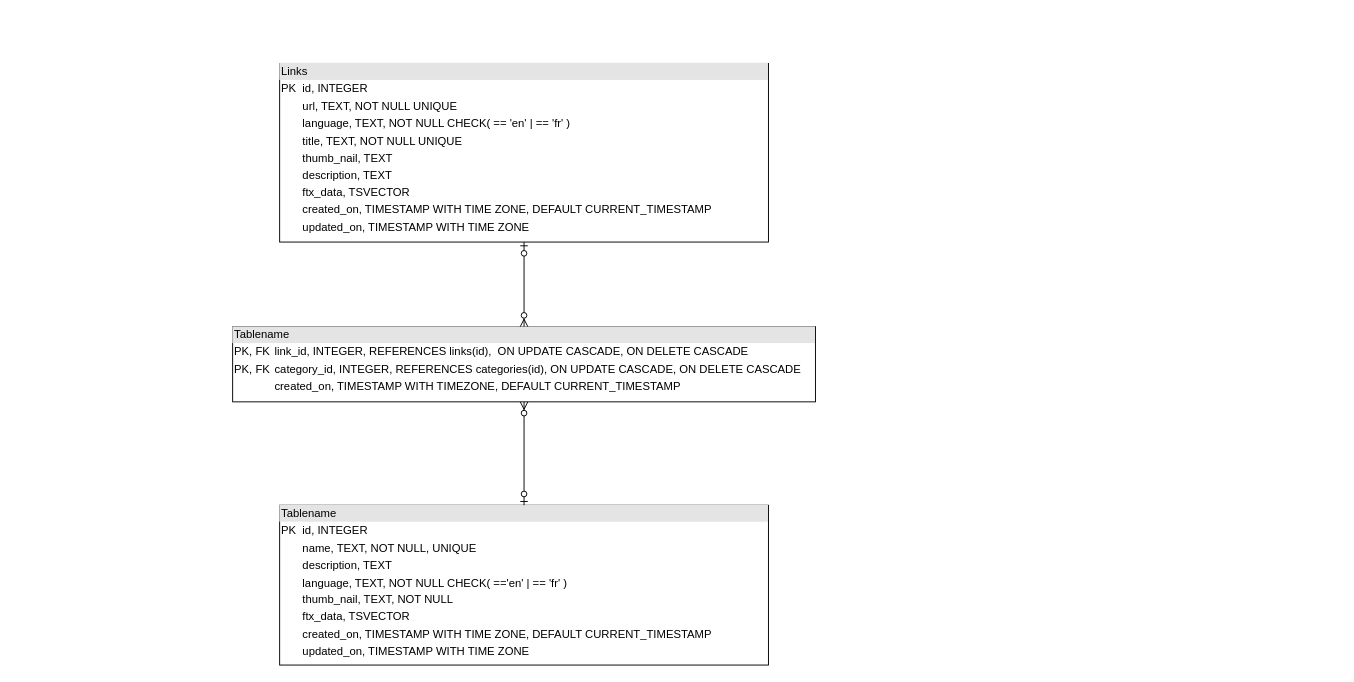
sara-sabr/ContinuousLearningApp keeps this draw.io diagram as src/api/src/database/continous_learning_app_db_schema.drawio. Above is the earlier version. Source tidied: cells renumbered, new cells numbered last; positions are measured from the earlier drawing's top-left corner, leaving out a move shared by most shapes. Both pictures are drawn from the tidied source at 94%, with x=0, y=0 at pixel (232, 63).
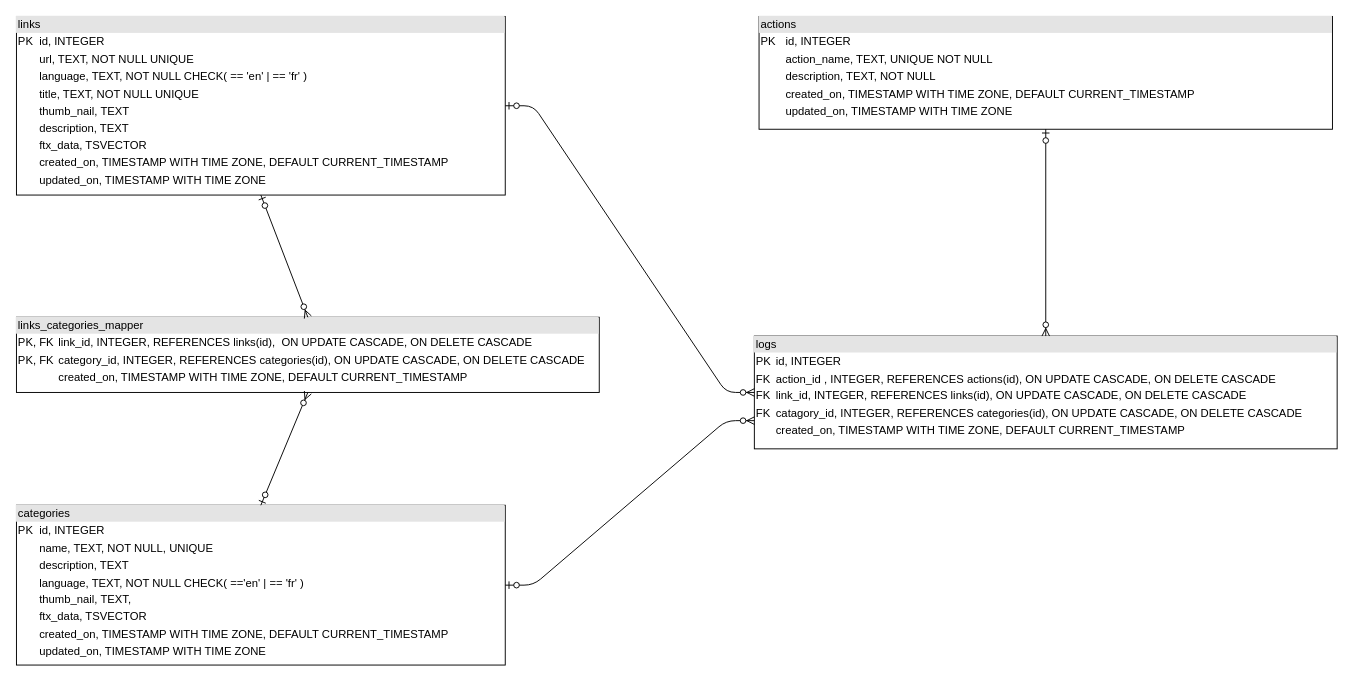
Above is the later version.

Commit message (it also covers changes not shown here):
updating db schema draw.io diagram

The edit, as a diff of the source:
```diff
@@
 <mxGraphModel background="#ffffff">
   <root>
     <mxCell id="0" />
     <mxCell id="1" parent="0" />
-    <mxCell id="2" value="&lt;div style=&quot;box-sizing: border-box ; width: 100% ; background: #e4e4e4 ; padding: 2px&quot;&gt;Links&lt;br&gt;&lt;/div&gt;&lt;table style=&quot;width: 100% ; font-size: 1em&quot; cellspacing=&quot;0&quot; cellpadding=&quot;2&quot;&gt;&lt;tbody&gt;&lt;tr&gt;&lt;td&gt;PK&lt;/td&gt;&lt;td&gt;id, INTEGER&lt;br&gt;&lt;/td&gt;&lt;/tr&gt;&lt;tr&gt;&lt;td&gt;&lt;br&gt;&lt;/td&gt;&lt;td&gt;url, TEXT, NOT NULL UNIQUE &lt;/td&gt;&lt;/tr&gt;&lt;tr&gt;&lt;td&gt;&lt;br&gt;&lt;/td&gt;&lt;td&gt;language, TEXT, NOT NULL CHECK( == 'en' | == 'fr' ) &lt;br&gt;&lt;/td&gt;&lt;/tr&gt;&lt;tr&gt;&lt;td&gt;&lt;br&gt;&lt;/td&gt;&lt;td&gt;title, TEXT, NOT NULL UNIQUE&lt;/td&gt;&lt;/tr&gt;&lt;tr&gt;&lt;td&gt;&lt;br&gt;&lt;/td&gt;&lt;td&gt;thumb_nail, TEXT&lt;/td&gt;&lt;/tr&gt;&lt;tr&gt;&lt;td&gt;&lt;br&gt;&lt;/td&gt;&lt;td&gt;description, TEXT&lt;/td&gt;&lt;/tr&gt;&lt;tr&gt;&lt;td&gt;&lt;br&gt;&lt;/td&gt;&lt;td&gt;ftx_data, TSVECTOR&lt;/td&gt;&lt;/tr&gt;&lt;tr&gt;&lt;td&gt;&lt;br&gt;&lt;/td&gt;&lt;td&gt;created_on, &lt;span class=&quot;crayon-h&quot;&gt;&lt;/span&gt;&lt;span class=&quot;crayon-r&quot;&gt;TIMESTAMP&lt;/span&gt;&lt;span class=&quot;crayon-h&quot;&gt; &lt;/span&gt;&lt;span class=&quot;crayon-r&quot;&gt;WITH&lt;/span&gt;&lt;span class=&quot;crayon-h&quot;&gt; &lt;/span&gt;&lt;span class=&quot;crayon-r&quot;&gt;TIME&lt;/span&gt;&lt;span class=&quot;crayon-h&quot;&gt; &lt;/span&gt;&lt;span class=&quot;crayon-r&quot;&gt;ZONE&lt;/span&gt;&lt;span class=&quot;crayon-h&quot;&gt;, &lt;/span&gt;&lt;span class=&quot;crayon-r&quot;&gt;DEFAULT&lt;/span&gt;&lt;span class=&quot;crayon-h&quot;&gt; &lt;/span&gt;&lt;span class=&quot;crayon-k&quot;&gt;CURRENT_TIMESTAMP&lt;/span&gt;&lt;/td&gt;&lt;/tr&gt;&lt;tr&gt;&lt;td&gt;&lt;br&gt;&lt;/td&gt;&lt;td&gt;&lt;span class=&quot;crayon-k&quot;&gt;updated_on, TIMESTAMP WITH TIME ZONE&lt;/span&gt;&lt;/td&gt;&lt;/tr&gt;&lt;tr&gt;&lt;td&gt;&lt;br&gt;&lt;/td&gt;&lt;td&gt;&lt;span class=&quot;crayon-k&quot;&gt;&lt;br&gt;&lt;/span&gt;&lt;/td&gt;&lt;/tr&gt;&lt;tr&gt;&lt;td&gt;&lt;br&gt;&lt;/td&gt;&lt;td&gt;&lt;br&gt;&lt;/td&gt;&lt;/tr&gt;&lt;tr&gt;&lt;td&gt;&lt;br&gt;&lt;/td&gt;&lt;td&gt;&lt;br&gt;&lt;/td&gt;&lt;/tr&gt;&lt;tr&gt;&lt;td&gt;&lt;br&gt;&lt;/td&gt;&lt;td&gt;&lt;br&gt;&lt;/td&gt;&lt;/tr&gt;&lt;tr&gt;&lt;td&gt;&lt;br&gt;&lt;/td&gt;&lt;td&gt;&lt;br&gt;&lt;/td&gt;&lt;/tr&gt;&lt;/tbody&gt;&lt;/table&gt;" style="verticalAlign=top;align=left;overflow=fill;html=1;" parent="1" vertex="1">
-      <mxGeometry x="50" width="520" height="190" as="geometry" />
+    <mxCell id="2" value="&lt;div style=&quot;box-sizing: border-box ; width: 100% ; background: #e4e4e4 ; padding: 2px&quot;&gt;links&lt;br&gt;&lt;/div&gt;&lt;table style=&quot;width: 100% ; font-size: 1em&quot; cellspacing=&quot;0&quot; cellpadding=&quot;2&quot;&gt;&lt;tbody&gt;&lt;tr&gt;&lt;td&gt;PK&lt;/td&gt;&lt;td&gt;id, INTEGER&lt;br&gt;&lt;/td&gt;&lt;/tr&gt;&lt;tr&gt;&lt;td&gt;&lt;br&gt;&lt;/td&gt;&lt;td&gt;url, TEXT, NOT NULL UNIQUE &lt;/td&gt;&lt;/tr&gt;&lt;tr&gt;&lt;td&gt;&lt;br&gt;&lt;/td&gt;&lt;td&gt;language, TEXT, NOT NULL CHECK( == 'en' | == 'fr' ) &lt;br&gt;&lt;/td&gt;&lt;/tr&gt;&lt;tr&gt;&lt;td&gt;&lt;br&gt;&lt;/td&gt;&lt;td&gt;title, TEXT, NOT NULL UNIQUE&lt;/td&gt;&lt;/tr&gt;&lt;tr&gt;&lt;td&gt;&lt;br&gt;&lt;/td&gt;&lt;td&gt;thumb_nail, TEXT&lt;/td&gt;&lt;/tr&gt;&lt;tr&gt;&lt;td&gt;&lt;br&gt;&lt;/td&gt;&lt;td&gt;description, TEXT&lt;/td&gt;&lt;/tr&gt;&lt;tr&gt;&lt;td&gt;&lt;br&gt;&lt;/td&gt;&lt;td&gt;ftx_data, TSVECTOR&lt;/td&gt;&lt;/tr&gt;&lt;tr&gt;&lt;td&gt;&lt;br&gt;&lt;/td&gt;&lt;td&gt;created_on, &lt;span class=&quot;crayon-h&quot;&gt;&lt;/span&gt;&lt;span class=&quot;crayon-r&quot;&gt;TIMESTAMP&lt;/span&gt;&lt;span class=&quot;crayon-h&quot;&gt; &lt;/span&gt;&lt;span class=&quot;crayon-r&quot;&gt;WITH&lt;/span&gt;&lt;span class=&quot;crayon-h&quot;&gt; &lt;/span&gt;&lt;span class=&quot;crayon-r&quot;&gt;TIME&lt;/span&gt;&lt;span class=&quot;crayon-h&quot;&gt; &lt;/span&gt;&lt;span class=&quot;crayon-r&quot;&gt;ZONE&lt;/span&gt;&lt;span class=&quot;crayon-h&quot;&gt;, &lt;/span&gt;&lt;span class=&quot;crayon-r&quot;&gt;DEFAULT&lt;/span&gt;&lt;span class=&quot;crayon-h&quot;&gt; &lt;/span&gt;&lt;span class=&quot;crayon-k&quot;&gt;CURRENT_TIMESTAMP&lt;/span&gt;&lt;/td&gt;&lt;/tr&gt;&lt;tr&gt;&lt;td&gt;&lt;br&gt;&lt;/td&gt;&lt;td&gt;&lt;span class=&quot;crayon-k&quot;&gt;updated_on, TIMESTAMP WITH TIME ZONE&lt;/span&gt;&lt;/td&gt;&lt;/tr&gt;&lt;tr&gt;&lt;td&gt;&lt;br&gt;&lt;/td&gt;&lt;td&gt;&lt;span class=&quot;crayon-k&quot;&gt;&lt;br&gt;&lt;/span&gt;&lt;/td&gt;&lt;/tr&gt;&lt;tr&gt;&lt;td&gt;&lt;br&gt;&lt;/td&gt;&lt;td&gt;&lt;br&gt;&lt;/td&gt;&lt;/tr&gt;&lt;tr&gt;&lt;td&gt;&lt;br&gt;&lt;/td&gt;&lt;td&gt;&lt;br&gt;&lt;/td&gt;&lt;/tr&gt;&lt;tr&gt;&lt;td&gt;&lt;br&gt;&lt;/td&gt;&lt;td&gt;&lt;br&gt;&lt;/td&gt;&lt;/tr&gt;&lt;tr&gt;&lt;td&gt;&lt;br&gt;&lt;/td&gt;&lt;td&gt;&lt;br&gt;&lt;/td&gt;&lt;/tr&gt;&lt;/tbody&gt;&lt;/table&gt;" style="verticalAlign=top;align=left;overflow=fill;html=1;" parent="1" vertex="1">
+      <mxGeometry x="-230" y="-50" width="520" height="190" as="geometry" />
     </mxCell>
-    <mxCell id="3" value="&lt;div style=&quot;box-sizing: border-box ; width: 100% ; background: #e4e4e4 ; padding: 2px&quot;&gt;Tablename&lt;/div&gt;&lt;table style=&quot;width: 100% ; font-size: 1em&quot; cellspacing=&quot;0&quot; cellpadding=&quot;2&quot;&gt;&lt;tbody&gt;&lt;tr&gt;&lt;td&gt;PK, FK&lt;br&gt;&lt;/td&gt;&lt;td&gt;link_id, INTEGER, REFERENCES links(id),&amp;nbsp; ON UPDATE CASCADE, ON DELETE CASCADE&lt;br&gt;&lt;/td&gt;&lt;/tr&gt;&lt;tr&gt;&lt;td&gt;PK, FK &lt;br&gt;&lt;/td&gt;&lt;td&gt;category_id, INTEGER, REFERENCES categories(id), ON UPDATE CASCADE, ON DELETE CASCADE &lt;br&gt;&lt;/td&gt;&lt;/tr&gt;&lt;tr&gt;&lt;td&gt;&amp;nbsp;&lt;br&gt;&lt;/td&gt;&lt;td&gt;created_on, TIMESTAMP WITH TIMEZONE, DEFAULT CURRENT_TIMESTAMP &lt;br&gt;&lt;/td&gt;&lt;/tr&gt;&lt;/tbody&gt;&lt;/table&gt;" style="verticalAlign=top;align=left;overflow=fill;html=1;" parent="1" vertex="1">
-      <mxGeometry y="280" width="620" height="80" as="geometry" />
+    <mxCell id="3" value="&lt;div style=&quot;box-sizing: border-box ; width: 100% ; background: #e4e4e4 ; padding: 2px&quot;&gt;links_categories_mapper&lt;br&gt;&lt;/div&gt;&lt;table style=&quot;width: 100% ; font-size: 1em&quot; cellspacing=&quot;0&quot; cellpadding=&quot;2&quot;&gt;&lt;tbody&gt;&lt;tr&gt;&lt;td&gt;PK, FK&lt;br&gt;&lt;/td&gt;&lt;td&gt;link_id, INTEGER, REFERENCES links(id),&amp;nbsp; ON UPDATE CASCADE, ON DELETE CASCADE&lt;br&gt;&lt;/td&gt;&lt;/tr&gt;&lt;tr&gt;&lt;td&gt;PK, FK &lt;br&gt;&lt;/td&gt;&lt;td&gt;category_id, INTEGER, REFERENCES categories(id), ON UPDATE CASCADE, ON DELETE CASCADE &lt;br&gt;&lt;/td&gt;&lt;/tr&gt;&lt;tr&gt;&lt;td&gt;&amp;nbsp;&lt;br&gt;&lt;/td&gt;&lt;td&gt;created_on, TIMESTAMP WITH TIME ZONE, DEFAULT CURRENT_TIMESTAMP &lt;br&gt;&lt;/td&gt;&lt;/tr&gt;&lt;/tbody&gt;&lt;/table&gt;" style="verticalAlign=top;align=left;overflow=fill;html=1;" parent="1" vertex="1">
+      <mxGeometry x="-230" y="270" width="620" height="80" as="geometry" />
     </mxCell>
     <mxCell id="4" style="fontSize=12;html=1;endArrow=ERzeroToMany;startArrow=ERzeroToOne;exitX=0.5;exitY=1;exitDx=0;exitDy=0;entryX=0.5;entryY=0;entryDx=0;entryDy=0;" parent="1" edge="1" source="2" target="3">
       <mxGeometry relative="1" as="geometry" />
     </mxCell>
-    <mxCell id="5" value="&lt;div style=&quot;box-sizing: border-box ; width: 100% ; background: #e4e4e4 ; padding: 2px&quot;&gt;Tablename&lt;/div&gt;&lt;table style=&quot;width: 100% ; font-size: 1em&quot; cellspacing=&quot;0&quot; cellpadding=&quot;2&quot;&gt;&lt;tbody&gt;&lt;tr&gt;&lt;td&gt;PK&lt;/td&gt;&lt;td&gt;id, INTEGER&lt;br&gt;&lt;/td&gt;&lt;/tr&gt;&lt;tr&gt;&lt;td&gt;&lt;br&gt;&lt;/td&gt;&lt;td&gt;name, TEXT, NOT NULL, UNIQUE&lt;br&gt;&lt;/td&gt;&lt;/tr&gt;&lt;tr&gt;&lt;td&gt;&lt;br&gt;&lt;/td&gt;&lt;td&gt;description, TEXT&lt;br&gt;&lt;/td&gt;&lt;/tr&gt;&lt;tr&gt;&lt;td&gt;&lt;br&gt;&lt;/td&gt;&lt;td&gt;language, TEXT, NOT NULL CHECK( =='en' | == 'fr' ) &lt;/td&gt;&lt;/tr&gt;&lt;tr&gt;&lt;td&gt;&lt;br&gt;&lt;/td&gt;&lt;td&gt;thumb_nail, TEXT, NOT NULL &lt;br&gt;&lt;/td&gt;&lt;/tr&gt;&lt;tr&gt;&lt;td&gt;&lt;br&gt;&lt;/td&gt;&lt;td&gt;ftx_data, TSVECTOR&lt;br&gt;&lt;/td&gt;&lt;/tr&gt;&lt;tr&gt;&lt;td&gt;&lt;br&gt;&lt;/td&gt;&lt;td&gt;created_on, TIMESTAMP WITH TIME ZONE, DEFAULT CURRENT_TIMESTAMP&lt;br&gt;&lt;/td&gt;&lt;/tr&gt;&lt;tr&gt;&lt;td&gt;&lt;br&gt;&lt;/td&gt;&lt;td&gt;updated_on, TIMESTAMP WITH TIME ZONE &lt;br&gt;&lt;/td&gt;&lt;/tr&gt;&lt;/tbody&gt;&lt;/table&gt;" style="verticalAlign=top;align=left;overflow=fill;html=1;" parent="1" vertex="1">
-      <mxGeometry x="50" y="470" width="520" height="170" as="geometry" />
+    <mxCell id="5" value="&lt;div style=&quot;box-sizing: border-box ; width: 100% ; background: #e4e4e4 ; padding: 2px&quot;&gt;categories&lt;br&gt;&lt;/div&gt;&lt;table style=&quot;width: 100% ; font-size: 1em&quot; cellspacing=&quot;0&quot; cellpadding=&quot;2&quot;&gt;&lt;tbody&gt;&lt;tr&gt;&lt;td&gt;PK&lt;/td&gt;&lt;td&gt;id, INTEGER&lt;br&gt;&lt;/td&gt;&lt;/tr&gt;&lt;tr&gt;&lt;td&gt;&lt;br&gt;&lt;/td&gt;&lt;td&gt;name, TEXT, NOT NULL, UNIQUE&lt;br&gt;&lt;/td&gt;&lt;/tr&gt;&lt;tr&gt;&lt;td&gt;&lt;br&gt;&lt;/td&gt;&lt;td&gt;description, TEXT&lt;br&gt;&lt;/td&gt;&lt;/tr&gt;&lt;tr&gt;&lt;td&gt;&lt;br&gt;&lt;/td&gt;&lt;td&gt;language, TEXT, NOT NULL CHECK( =='en' | == 'fr' ) &lt;/td&gt;&lt;/tr&gt;&lt;tr&gt;&lt;td&gt;&lt;br&gt;&lt;/td&gt;&lt;td&gt;thumb_nail, TEXT,&lt;br&gt;&lt;/td&gt;&lt;/tr&gt;&lt;tr&gt;&lt;td&gt;&lt;br&gt;&lt;/td&gt;&lt;td&gt;ftx_data, TSVECTOR&lt;br&gt;&lt;/td&gt;&lt;/tr&gt;&lt;tr&gt;&lt;td&gt;&lt;br&gt;&lt;/td&gt;&lt;td&gt;created_on, TIMESTAMP WITH TIME ZONE, DEFAULT CURRENT_TIMESTAMP&lt;br&gt;&lt;/td&gt;&lt;/tr&gt;&lt;tr&gt;&lt;td&gt;&lt;br&gt;&lt;/td&gt;&lt;td&gt;updated_on, TIMESTAMP WITH TIME ZONE &lt;br&gt;&lt;/td&gt;&lt;/tr&gt;&lt;/tbody&gt;&lt;/table&gt;" style="verticalAlign=top;align=left;overflow=fill;html=1;" parent="1" vertex="1">
+      <mxGeometry x="-230" y="470" width="520" height="170" as="geometry" />
     </mxCell>
     <mxCell id="6" style="fontSize=12;html=1;endArrow=ERzeroToMany;startArrow=ERzeroToOne;exitX=0.5;exitY=0;exitDx=0;exitDy=0;entryX=0.5;entryY=1;entryDx=0;entryDy=0;" parent="1" edge="1" source="5" target="3">
       <mxGeometry relative="1" as="geometry" />
     </mxCell>
+    <mxCell id="7" value="&lt;div style=&quot;box-sizing: border-box ; width: 100% ; background: #e4e4e4 ; padding: 2px&quot;&gt;logs&lt;/div&gt;&lt;table style=&quot;width: 100% ; font-size: 1em&quot; cellspacing=&quot;0&quot; cellpadding=&quot;2&quot;&gt;&lt;tbody&gt;&lt;tr&gt;&lt;td&gt;PK&lt;/td&gt;&lt;td&gt;id, INTEGER&lt;br&gt;&lt;/td&gt;&lt;/tr&gt;&lt;tr&gt;&lt;td&gt;FK&lt;br&gt;&lt;/td&gt;&lt;td&gt;action_id , INTEGER, REFERENCES actions(id), ON UPDATE CASCADE, ON DELETE CASCADE&lt;br&gt;&lt;/td&gt;&lt;/tr&gt;&lt;tr&gt;&lt;td&gt;FK&lt;br&gt;&lt;/td&gt;&lt;td&gt;link_id, INTEGER, REFERENCES links(id), ON UPDATE CASCADE, ON DELETE CASCADE&lt;br&gt;&lt;/td&gt;&lt;/tr&gt;&lt;tr&gt;&lt;td&gt;FK&lt;br&gt;&lt;/td&gt;&lt;td&gt;catagory_id, INTEGER, REFERENCES categories(id), ON UPDATE CASCADE, ON DELETE CASCADE&lt;br&gt;&lt;/td&gt;&lt;/tr&gt;&lt;tr&gt;&lt;td&gt;&lt;br&gt;&lt;/td&gt;&lt;td&gt;created_on, TIMESTAMP WITH TIME ZONE, DEFAULT CURRENT_TIMESTAMP&lt;br&gt;&lt;/td&gt;&lt;/tr&gt;&lt;/tbody&gt;&lt;/table&gt;" style="verticalAlign=top;align=left;overflow=fill;html=1;" parent="1" vertex="1">
+      <mxGeometry x="555" y="290" width="620" height="120" as="geometry" />
+    </mxCell>
+    <mxCell id="8" style="edgeStyle=entityRelationEdgeStyle;fontSize=12;html=1;endArrow=ERzeroToMany;startArrow=ERzeroToOne;exitX=1;exitY=0.5;exitDx=0;exitDy=0;entryX=0;entryY=0.75;entryDx=0;entryDy=0;" parent="1" edge="1" source="5" target="7">
+      <mxGeometry relative="1" as="geometry" />
+    </mxCell>
+    <mxCell id="9" style="edgeStyle=entityRelationEdgeStyle;fontSize=12;html=1;endArrow=ERzeroToMany;startArrow=ERzeroToOne;exitX=1;exitY=0.5;exitDx=0;exitDy=0;entryX=0;entryY=0.5;entryDx=0;entryDy=0;" parent="1" edge="1" source="2" target="7">
+      <mxGeometry relative="1" as="geometry" />
+    </mxCell>
+    <mxCell id="10" value="&lt;div style=&quot;box-sizing: border-box ; width: 100% ; background: #e4e4e4 ; padding: 2px&quot;&gt;actions &lt;br&gt;&lt;/div&gt;&lt;table style=&quot;width: 100% ; font-size: 1em&quot; cellspacing=&quot;0&quot; cellpadding=&quot;2&quot;&gt;&lt;tbody&gt;&lt;tr&gt;&lt;td&gt;PK&lt;/td&gt;&lt;td&gt;id, INTEGER &lt;br&gt;&lt;/td&gt;&lt;/tr&gt;&lt;tr&gt;&lt;td&gt;&lt;br&gt;&lt;/td&gt;&lt;td&gt;action_name, TEXT, UNIQUE NOT NULL&lt;br&gt;&lt;/td&gt;&lt;/tr&gt;&lt;tr&gt;&lt;td&gt;&lt;br&gt;&lt;/td&gt;&lt;td&gt;description, TEXT, NOT NULL &lt;br&gt;&lt;/td&gt;&lt;/tr&gt;&lt;tr&gt;&lt;td&gt;&lt;br&gt;&lt;/td&gt;&lt;td&gt;created_on, TIMESTAMP WITH TIME ZONE, DEFAULT CURRENT_TIMESTAMP &lt;br&gt;&lt;/td&gt;&lt;/tr&gt;&lt;tr&gt;&lt;td&gt;&lt;br&gt;&lt;/td&gt;&lt;td&gt;updated_on, TIMESTAMP WITH TIME ZONE&lt;br&gt;&lt;/td&gt;&lt;/tr&gt;&lt;/tbody&gt;&lt;/table&gt;" style="verticalAlign=top;align=left;overflow=fill;html=1;" parent="1" vertex="1">
+      <mxGeometry x="560" y="-50" width="610" height="120" as="geometry" />
+    </mxCell>
+    <mxCell id="11" style="fontSize=12;html=1;endArrow=ERzeroToMany;startArrow=ERzeroToOne;exitX=0.5;exitY=1;exitDx=0;exitDy=0;entryX=0.5;entryY=0;entryDx=0;entryDy=0;" parent="1" edge="1" source="10" target="7">
+      <mxGeometry relative="1" as="geometry" />
+    </mxCell>
   </root>
 </mxGraphModel>
```
